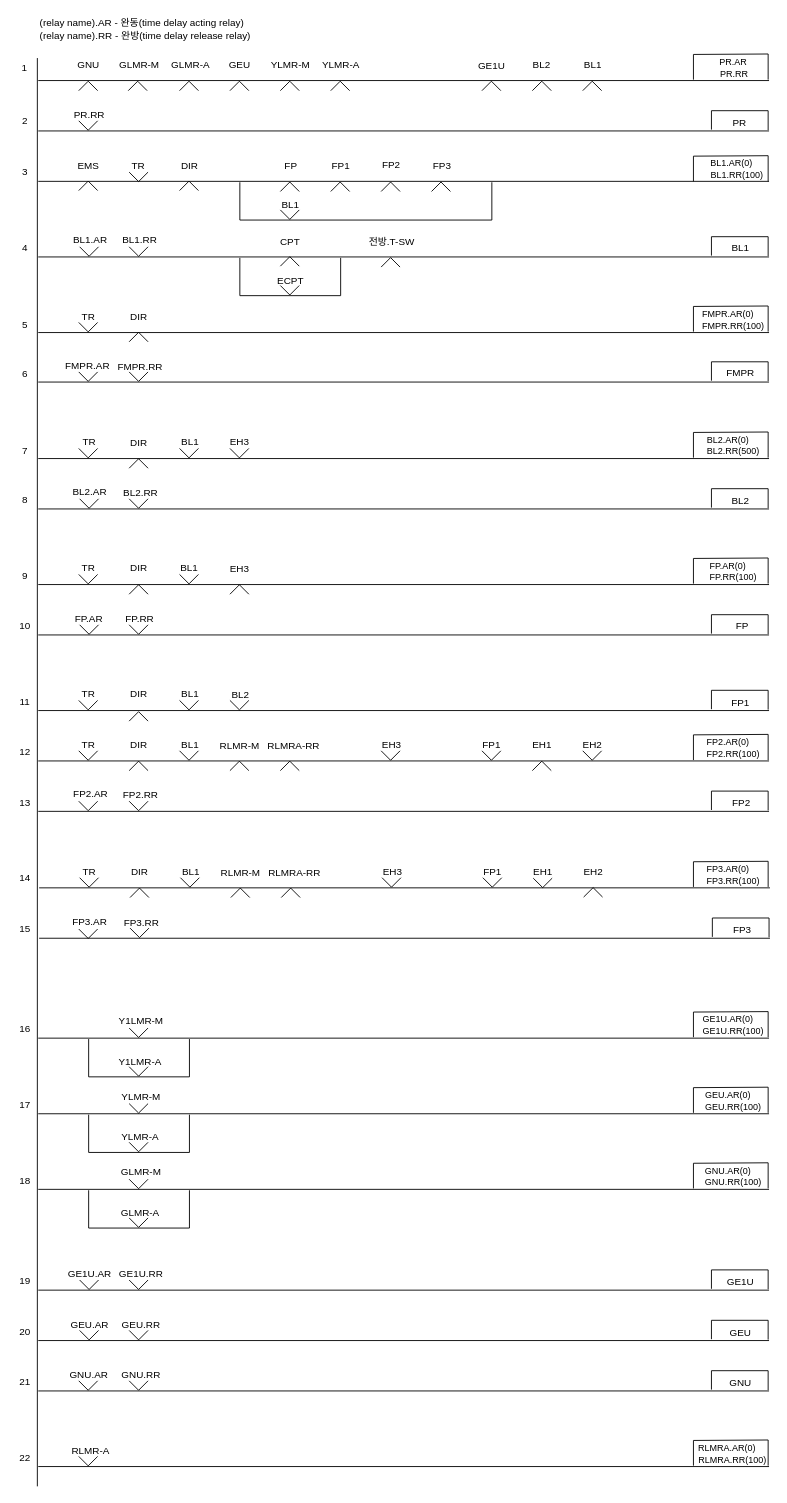
chillin2/MyDraw.io keeps this draw.io diagram as page "단선-신호제어로직-하선" (1 of 2) of EABS_SIL4/FCPU/single-track-logic-dn.drawio. Above is the earlier version. Source tidied: cells renumbered, new cells numbered last; positions are measured from the earlier drawing's top-left corner, leaving out a move shared by most shapes. Both pictures are drawn from the tidied source at 90%, with x=0, y=0 at pixel (15, 15).
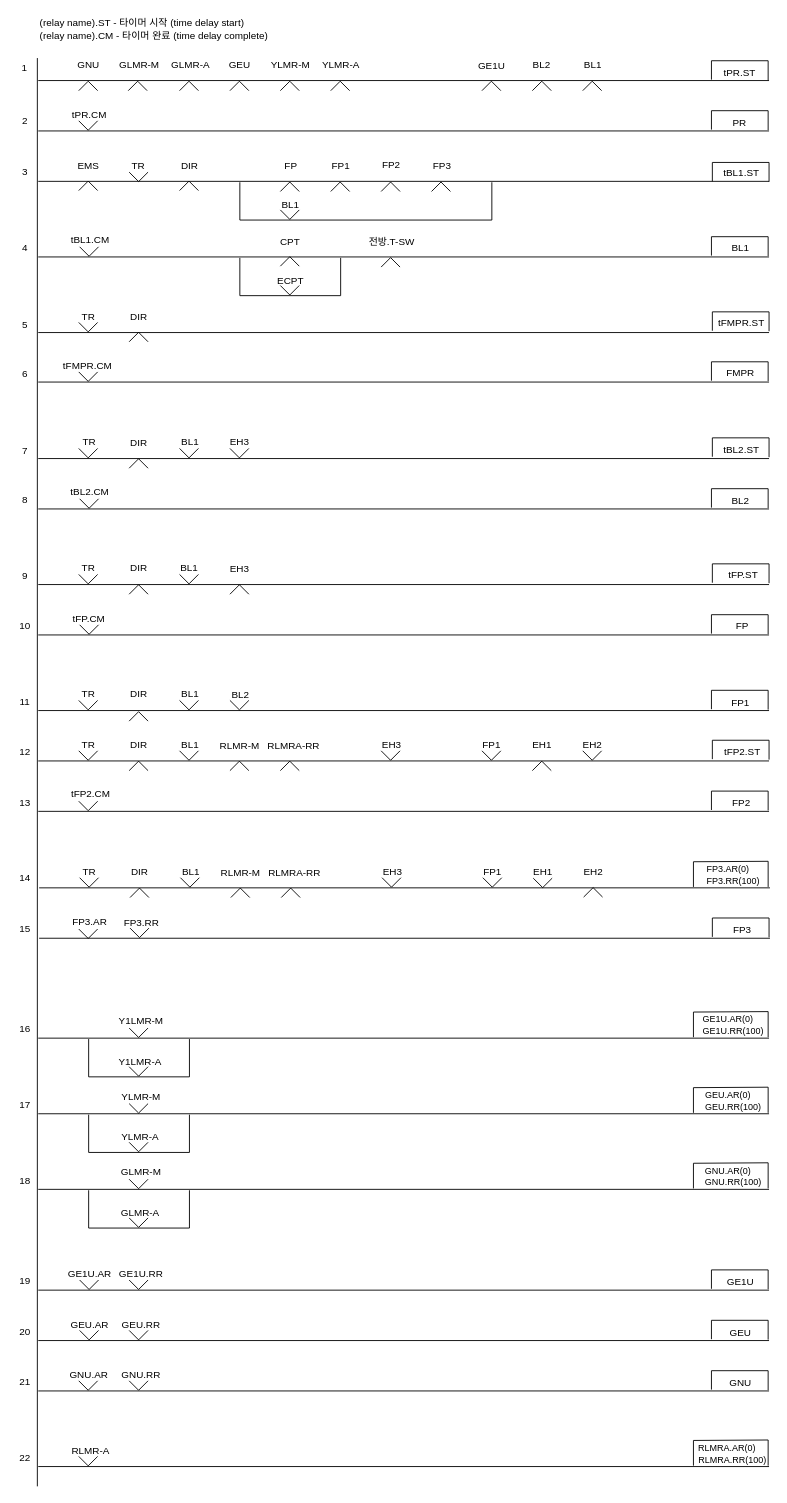
The same diagram, later.

The edit, as a diff of the source:
```diff
@@
-    <mxCell id="13" value="PR.R&lt;span style=&quot;background-color: transparent; color: light-dark(rgb(0, 0, 0), rgb(255, 255, 255));&quot;&gt;R&lt;/span&gt;" style="text;html=1;strokeColor=none;fillColor=none;align=center;verticalAlign=middle;whiteSpace=wrap;rounded=0;fontFamily=Helvetica;fontSize=11;fontColor=default;" parent="1" vertex="1">
+    <mxCell id="13" value="tPR.CM" style="text;html=1;strokeColor=none;fillColor=none;align=center;verticalAlign=middle;whiteSpace=wrap;rounded=0;fontFamily=Helvetica;fontSize=11;fontColor=default;" parent="1" vertex="1">
       <mxGeometry x="62" y="104" width="40" height="11" as="geometry" />
     </mxCell>
@@
-    <mxCell id="22" value="&lt;font style=&quot;font-size: 10px;&quot;&gt;BL1.AR(0)&lt;/font&gt;" style="text;html=1;strokeColor=none;fillColor=none;align=center;verticalAlign=middle;whiteSpace=wrap;rounded=0;fontFamily=Helvetica;fontSize=11;fontColor=default;" parent="1" vertex="1">
-      <mxGeometry x="772" y="158" width="47" height="12" as="geometry" />
-    </mxCell>
@@
-    <mxCell id="25" value="BL1.RR" style="text;html=1;strokeColor=none;fillColor=none;align=center;verticalAlign=middle;whiteSpace=wrap;rounded=0;fontFamily=Helvetica;fontSize=11;fontColor=default;" parent="1" vertex="1">
-      <mxGeometry x="118" y="240" width="40" height="17" as="geometry" />
-    </mxCell>
@@
-    <mxCell id="33" value="FMPR.AR" style="text;html=1;strokeColor=none;fillColor=none;align=center;verticalAlign=middle;whiteSpace=wrap;rounded=0;fontFamily=Helvetica;fontSize=11;fontColor=default;" parent="1" vertex="1">
+    <mxCell id="33" value="tFMPR.CM" style="text;html=1;strokeColor=none;fillColor=none;align=center;verticalAlign=middle;whiteSpace=wrap;rounded=0;fontFamily=Helvetica;fontSize=11;fontColor=default;" parent="1" vertex="1">
       <mxGeometry x="60" y="381" width="40" height="16" as="geometry" />
     </mxCell>
@@
-    <mxCell id="35" value="FMPR.RR" style="text;html=1;strokeColor=none;fillColor=none;align=center;verticalAlign=middle;whiteSpace=wrap;rounded=0;fontFamily=Helvetica;fontSize=11;fontColor=default;" parent="1" vertex="1">
-      <mxGeometry x="115" y="381" width="47" height="17" as="geometry" />
-    </mxCell>
@@
-    <mxCell id="38" value="BL2.RR" style="text;html=1;strokeColor=none;fillColor=none;align=center;verticalAlign=middle;whiteSpace=wrap;rounded=0;fontFamily=Helvetica;fontSize=11;fontColor=default;" parent="1" vertex="1">
-      <mxGeometry x="119" y="522" width="40" height="16" as="geometry" />
-    </mxCell>
@@
-    <mxCell id="40" value="BL2.AR" style="text;html=1;strokeColor=none;fillColor=none;align=center;verticalAlign=middle;whiteSpace=wrap;rounded=0;fontFamily=Helvetica;fontSize=11;fontColor=default;" parent="1" vertex="1">
+    <mxCell id="40" value="tBL2.CM" style="text;html=1;strokeColor=none;fillColor=none;align=center;verticalAlign=middle;whiteSpace=wrap;rounded=0;fontFamily=Helvetica;fontSize=11;fontColor=default;" parent="1" vertex="1">
       <mxGeometry x="59" y="520" width="47" height="18" as="geometry" />
     </mxCell>
@@
-    <mxCell id="45" value="FP.RR" style="text;html=1;strokeColor=none;fillColor=none;align=center;verticalAlign=middle;whiteSpace=wrap;rounded=0;fontFamily=Helvetica;fontSize=11;fontColor=default;" parent="1" vertex="1">
-      <mxGeometry x="118" y="665" width="40" height="9" as="geometry" />
-    </mxCell>
@@
-    <mxCell id="47" value="FP.AR" style="text;html=1;strokeColor=none;fillColor=none;align=center;verticalAlign=middle;whiteSpace=wrap;rounded=0;fontFamily=Helvetica;fontSize=11;fontColor=default;" parent="1" vertex="1">
+    <mxCell id="47" value="tFP.CM" style="text;html=1;strokeColor=none;fillColor=none;align=center;verticalAlign=middle;whiteSpace=wrap;rounded=0;fontFamily=Helvetica;fontSize=11;fontColor=default;" parent="1" vertex="1">
       <mxGeometry x="58" y="663" width="47" height="13" as="geometry" />
     </mxCell>
@@
-    <mxCell id="57" value="FP2.RR" style="text;html=1;strokeColor=none;fillColor=none;align=center;verticalAlign=middle;whiteSpace=wrap;rounded=0;fontFamily=Helvetica;fontSize=11;fontColor=default;" parent="1" vertex="1">
-      <mxGeometry x="119" y="861" width="40" height="9" as="geometry" />
-    </mxCell>
@@
-    <mxCell id="59" value="FP2.AR" style="text;html=1;strokeColor=none;fillColor=none;align=center;verticalAlign=middle;whiteSpace=wrap;rounded=0;fontFamily=Helvetica;fontSize=11;fontColor=default;" parent="1" vertex="1">
+    <mxCell id="59" value="tFP2.CM" style="text;html=1;strokeColor=none;fillColor=none;align=center;verticalAlign=middle;whiteSpace=wrap;rounded=0;fontFamily=Helvetica;fontSize=11;fontColor=default;" parent="1" vertex="1">
       <mxGeometry x="60" y="861" width="47" height="8" as="geometry" />
     </mxCell>
@@
-    <mxCell id="85" style="endArrow=none;html=1;rounded=0;labelBackgroundColor=default;fontFamily=Helvetica;fontSize=11;fontColor=default;startSize=3;endSize=3;sourcePerimeterSpacing=0;strokeColor=default;shape=connector;jumpStyle=none;jumpSize=6;" parent="1" edge="1">
-      <mxGeometry relative="1" as="geometry">
-        <mxPoint x="753" y="184" as="sourcePoint" />
-        <mxPoint x="836" y="184" as="targetPoint" />
-        <Array as="points">
-          <mxPoint x="753" y="156" />
-          <mxPoint x="836" y="155.5" />
-        </Array>
-      </mxGeometry>
-    </mxCell>
@@
-    <mxCell id="96" style="verticalLabelPosition=bottom;html=1;verticalAlign=top;align=center;shape=mxgraph.floorplan.windowBow;strokeWidth=1;fontSize=11;direction=east;" parent="1" vertex="1">
-      <mxGeometry x="126" y="256.5" width="21" height="11" as="geometry" />
-    </mxCell>
@@
-    <mxCell id="106" style="verticalLabelPosition=bottom;html=1;verticalAlign=top;align=center;shape=mxgraph.floorplan.windowBow;strokeWidth=1;fontSize=11;direction=east;" parent="1" vertex="1">
-      <mxGeometry x="126" y="395.5" width="21" height="11" as="geometry" />
-    </mxCell>
@@
-    <mxCell id="114" style="verticalLabelPosition=bottom;html=1;verticalAlign=top;align=center;shape=mxgraph.floorplan.windowBow;strokeWidth=1;fontSize=11;direction=east;" parent="1" vertex="1">
-      <mxGeometry x="126" y="536.5" width="21" height="11" as="geometry" />
-    </mxCell>
@@
-    <mxCell id="123" style="verticalLabelPosition=bottom;html=1;verticalAlign=top;align=center;shape=mxgraph.floorplan.windowBow;strokeWidth=1;fontSize=11;direction=east;" parent="1" vertex="1">
-      <mxGeometry x="126" y="676.5" width="21" height="11" as="geometry" />
-    </mxCell>
@@
-    <mxCell id="143" style="verticalLabelPosition=bottom;html=1;verticalAlign=top;align=center;shape=mxgraph.floorplan.windowBow;strokeWidth=1;fontSize=11;direction=east;" parent="1" vertex="1">
-      <mxGeometry x="126" y="872.5" width="21" height="11" as="geometry" />
-    </mxCell>
@@
-    <mxCell id="230" value="&lt;font style=&quot;font-size: 10px;&quot;&gt;BL1.RR(100)&lt;/font&gt;" style="text;html=1;strokeColor=none;fillColor=none;align=center;verticalAlign=middle;whiteSpace=wrap;rounded=0;fontFamily=Helvetica;fontSize=11;fontColor=default;" parent="1" vertex="1">
-      <mxGeometry x="778" y="171" width="47" height="12" as="geometry" />
-    </mxCell>
-    <mxCell id="231" value="BL1.AR" style="text;html=1;strokeColor=none;fillColor=none;align=center;verticalAlign=middle;whiteSpace=wrap;rounded=0;fontFamily=Helvetica;fontSize=11;fontColor=default;" parent="1" vertex="1">
+    <mxCell id="231" value="tBL1.CM" style="text;html=1;strokeColor=none;fillColor=none;align=center;verticalAlign=middle;whiteSpace=wrap;rounded=0;fontFamily=Helvetica;fontSize=11;fontColor=default;" parent="1" vertex="1">
       <mxGeometry x="63" y="240" width="40" height="17" as="geometry" />
     </mxCell>
@@
-    <mxCell id="233" value="&lt;font style=&quot;font-size: 10px;&quot;&gt;PR.AR&lt;/font&gt;" style="text;html=1;strokeColor=none;fillColor=none;align=center;verticalAlign=middle;whiteSpace=wrap;rounded=0;fontFamily=Helvetica;fontSize=11;fontColor=default;" parent="1" vertex="1">
-      <mxGeometry x="774" y="45" width="47" height="12" as="geometry" />
-    </mxCell>
-    <mxCell id="234" style="endArrow=none;html=1;rounded=0;labelBackgroundColor=default;fontFamily=Helvetica;fontSize=11;fontColor=default;startSize=3;endSize=3;sourcePerimeterSpacing=0;strokeColor=default;shape=connector;jumpStyle=none;jumpSize=6;" parent="1" edge="1">
-      <mxGeometry relative="1" as="geometry">
-        <mxPoint x="753" y="71" as="sourcePoint" />
-        <mxPoint x="836" y="71" as="targetPoint" />
-        <Array as="points">
-          <mxPoint x="753" y="43" />
-          <mxPoint x="836" y="42.5" />
-        </Array>
-      </mxGeometry>
-    </mxCell>
-    <mxCell id="235" value="&lt;font style=&quot;font-size: 10px;&quot;&gt;PR.RR&lt;/font&gt;" style="text;html=1;strokeColor=none;fillColor=none;align=center;verticalAlign=middle;whiteSpace=wrap;rounded=0;fontFamily=Helvetica;fontSize=11;fontColor=default;" parent="1" vertex="1">
-      <mxGeometry x="775" y="58" width="47" height="12" as="geometry" />
-    </mxCell>
-    <mxCell id="236" value="&lt;font style=&quot;&quot;&gt;&lt;span style=&quot;font-size: 11px;&quot;&gt;(relay name).AR - 완동(time delay acting relay)&lt;/span&gt;&lt;br&gt;&lt;span style=&quot;font-size: 11px;&quot;&gt;(relay name)&lt;/span&gt;&lt;span style=&quot;background-color: initial;&quot;&gt;&lt;span style=&quot;font-size: 11px;&quot;&gt;.RR - 완방(time delay release relay)&lt;/span&gt;&lt;/span&gt;&lt;/font&gt;" style="text;html=1;strokeColor=none;fillColor=none;align=left;verticalAlign=middle;whiteSpace=wrap;rounded=0;fontSize=10;" parent="1" vertex="1">
+    <mxCell id="236" value="&lt;div&gt;&lt;span style=&quot;font-size: 11px;&quot;&gt;(relay name).ST - 타이머 시작 (time delay start)&lt;/span&gt;&lt;/div&gt;&lt;div&gt;&lt;span style=&quot;font-size: 11px;&quot;&gt;(relay name).CM - 타이머 완료 (time delay complete)&lt;/span&gt;&lt;/div&gt;" style="text;html=1;strokeColor=none;fillColor=none;align=left;verticalAlign=middle;whiteSpace=wrap;rounded=0;fontSize=10;" parent="1" vertex="1">
       <mxGeometry x="25" width="588" height="30" as="geometry" />
     </mxCell>
-    <mxCell id="237" value="&lt;font style=&quot;font-size: 10px;&quot;&gt;FMPR.AR(0)&lt;/font&gt;" style="text;html=1;strokeColor=none;fillColor=none;align=center;verticalAlign=middle;whiteSpace=wrap;rounded=0;fontFamily=Helvetica;fontSize=11;fontColor=default;" parent="1" vertex="1">
-      <mxGeometry x="768" y="325" width="47" height="12" as="geometry" />
-    </mxCell>
-    <mxCell id="238" style="endArrow=none;html=1;rounded=0;labelBackgroundColor=default;fontFamily=Helvetica;fontSize=11;fontColor=default;startSize=3;endSize=3;sourcePerimeterSpacing=0;strokeColor=default;shape=connector;jumpStyle=none;jumpSize=6;" parent="1" edge="1">
-      <mxGeometry relative="1" as="geometry">
-        <mxPoint x="753" y="351" as="sourcePoint" />
-        <mxPoint x="836" y="351" as="targetPoint" />
-        <Array as="points">
-          <mxPoint x="753" y="323" />
-          <mxPoint x="836" y="322.5" />
-        </Array>
-      </mxGeometry>
-    </mxCell>
-    <mxCell id="239" value="&lt;font style=&quot;font-size: 10px;&quot;&gt;FMPR.RR(100)&lt;/font&gt;" style="text;html=1;strokeColor=none;fillColor=none;align=center;verticalAlign=middle;whiteSpace=wrap;rounded=0;fontFamily=Helvetica;fontSize=11;fontColor=default;" parent="1" vertex="1">
-      <mxGeometry x="774" y="338" width="47" height="12" as="geometry" />
-    </mxCell>
-    <mxCell id="240" value="&lt;font style=&quot;font-size: 10px;&quot;&gt;BL2.AR(0)&lt;/font&gt;" style="text;html=1;strokeColor=none;fillColor=none;align=center;verticalAlign=middle;whiteSpace=wrap;rounded=0;fontFamily=Helvetica;fontSize=11;fontColor=default;" parent="1" vertex="1">
-      <mxGeometry x="768" y="465" width="47" height="12" as="geometry" />
-    </mxCell>
-    <mxCell id="241" style="endArrow=none;html=1;rounded=0;labelBackgroundColor=default;fontFamily=Helvetica;fontSize=11;fontColor=default;startSize=3;endSize=3;sourcePerimeterSpacing=0;strokeColor=default;shape=connector;jumpStyle=none;jumpSize=6;" parent="1" edge="1">
-      <mxGeometry relative="1" as="geometry">
-        <mxPoint x="753" y="491" as="sourcePoint" />
-        <mxPoint x="836" y="491" as="targetPoint" />
-        <Array as="points">
-          <mxPoint x="753" y="463" />
-          <mxPoint x="836" y="462.5" />
-        </Array>
-      </mxGeometry>
-    </mxCell>
-    <mxCell id="242" value="&lt;font style=&quot;font-size: 10px;&quot;&gt;BL2.RR(500)&lt;/font&gt;" style="text;html=1;strokeColor=none;fillColor=none;align=center;verticalAlign=middle;whiteSpace=wrap;rounded=0;fontFamily=Helvetica;fontSize=11;fontColor=default;" parent="1" vertex="1">
-      <mxGeometry x="774" y="478" width="47" height="12" as="geometry" />
-    </mxCell>
-    <mxCell id="243" value="&lt;font style=&quot;font-size: 10px;&quot;&gt;FP.AR(0)&lt;/font&gt;" style="text;html=1;strokeColor=none;fillColor=none;align=center;verticalAlign=middle;whiteSpace=wrap;rounded=0;fontFamily=Helvetica;fontSize=11;fontColor=default;" parent="1" vertex="1">
-      <mxGeometry x="768" y="605" width="47" height="12" as="geometry" />
-    </mxCell>
-    <mxCell id="244" style="endArrow=none;html=1;rounded=0;labelBackgroundColor=default;fontFamily=Helvetica;fontSize=11;fontColor=default;startSize=3;endSize=3;sourcePerimeterSpacing=0;strokeColor=default;shape=connector;jumpStyle=none;jumpSize=6;" parent="1" edge="1">
-      <mxGeometry relative="1" as="geometry">
-        <mxPoint x="753" y="631" as="sourcePoint" />
-        <mxPoint x="836" y="631" as="targetPoint" />
-        <Array as="points">
-          <mxPoint x="753" y="603" />
-          <mxPoint x="836" y="602.5" />
-        </Array>
-      </mxGeometry>
-    </mxCell>
-    <mxCell id="245" value="&lt;font style=&quot;font-size: 10px;&quot;&gt;FP.RR(100)&lt;/font&gt;" style="text;html=1;strokeColor=none;fillColor=none;align=center;verticalAlign=middle;whiteSpace=wrap;rounded=0;fontFamily=Helvetica;fontSize=11;fontColor=default;" parent="1" vertex="1">
-      <mxGeometry x="774" y="618" width="47" height="12" as="geometry" />
-    </mxCell>
-    <mxCell id="246" value="&lt;font style=&quot;font-size: 10px;&quot;&gt;FP2.AR(0)&lt;/font&gt;" style="text;html=1;strokeColor=none;fillColor=none;align=center;verticalAlign=middle;whiteSpace=wrap;rounded=0;fontFamily=Helvetica;fontSize=11;fontColor=default;" parent="1" vertex="1">
-      <mxGeometry x="768" y="801" width="47" height="12" as="geometry" />
-    </mxCell>
-    <mxCell id="247" style="endArrow=none;html=1;rounded=0;labelBackgroundColor=default;fontFamily=Helvetica;fontSize=11;fontColor=default;startSize=3;endSize=3;sourcePerimeterSpacing=0;strokeColor=default;shape=connector;jumpStyle=none;jumpSize=6;" parent="1" edge="1">
-      <mxGeometry relative="1" as="geometry">
-        <mxPoint x="753" y="827" as="sourcePoint" />
-        <mxPoint x="836" y="827" as="targetPoint" />
-        <Array as="points">
-          <mxPoint x="753" y="799" />
-          <mxPoint x="836" y="798.5" />
-        </Array>
-      </mxGeometry>
-    </mxCell>
-    <mxCell id="248" value="&lt;font style=&quot;font-size: 10px;&quot;&gt;FP2.RR(100)&lt;/font&gt;" style="text;html=1;strokeColor=none;fillColor=none;align=center;verticalAlign=middle;whiteSpace=wrap;rounded=0;fontFamily=Helvetica;fontSize=11;fontColor=default;" parent="1" vertex="1">
-      <mxGeometry x="774" y="814" width="47" height="12" as="geometry" />
-    </mxCell>
@@
+    <mxCell id="264" value="tPR.ST" style="text;html=1;strokeColor=none;fillColor=none;align=center;verticalAlign=middle;whiteSpace=wrap;rounded=0;fontFamily=Helvetica;fontSize=11;fontColor=default;" parent="1" vertex="1">
+      <mxGeometry x="781" y="56.5" width="47" height="13" as="geometry" />
+    </mxCell>
+    <mxCell id="265" style="endArrow=none;html=1;rounded=0;labelBackgroundColor=default;fontFamily=Helvetica;fontSize=11;fontColor=default;startSize=3;endSize=3;sourcePerimeterSpacing=0;strokeColor=default;shape=connector;jumpStyle=none;jumpSize=6;" parent="1" edge="1">
+      <mxGeometry relative="1" as="geometry">
+        <mxPoint x="773" y="71" as="sourcePoint" />
+        <mxPoint x="836" y="71.5" as="targetPoint" />
+        <Array as="points">
+          <mxPoint x="773" y="50" />
+          <mxPoint x="836" y="50" />
+        </Array>
+      </mxGeometry>
+    </mxCell>
+    <mxCell id="266" value="tBL1.ST" style="text;html=1;strokeColor=none;fillColor=none;align=center;verticalAlign=middle;whiteSpace=wrap;rounded=0;fontFamily=Helvetica;fontSize=11;fontColor=default;" parent="1" vertex="1">
+      <mxGeometry x="783" y="168.5" width="47" height="13" as="geometry" />
+    </mxCell>
+    <mxCell id="267" style="endArrow=none;html=1;rounded=0;labelBackgroundColor=default;fontFamily=Helvetica;fontSize=11;fontColor=default;startSize=3;endSize=3;sourcePerimeterSpacing=0;strokeColor=default;shape=connector;jumpStyle=none;jumpSize=6;" parent="1" edge="1">
+      <mxGeometry relative="1" as="geometry">
+        <mxPoint x="774" y="184" as="sourcePoint" />
+        <mxPoint x="837" y="184.5" as="targetPoint" />
+        <Array as="points">
+          <mxPoint x="774" y="163" />
+          <mxPoint x="837" y="163" />
+        </Array>
+      </mxGeometry>
+    </mxCell>
+    <mxCell id="268" value="tFMPR.ST" style="text;html=1;strokeColor=none;fillColor=none;align=center;verticalAlign=middle;whiteSpace=wrap;rounded=0;fontFamily=Helvetica;fontSize=11;fontColor=default;" parent="1" vertex="1">
+      <mxGeometry x="783" y="334.5" width="47" height="13" as="geometry" />
+    </mxCell>
+    <mxCell id="269" style="endArrow=none;html=1;rounded=0;labelBackgroundColor=default;fontFamily=Helvetica;fontSize=11;fontColor=default;startSize=3;endSize=3;sourcePerimeterSpacing=0;strokeColor=default;shape=connector;jumpStyle=none;jumpSize=6;" parent="1" edge="1">
+      <mxGeometry relative="1" as="geometry">
+        <mxPoint x="774" y="350" as="sourcePoint" />
+        <mxPoint x="837" y="350.5" as="targetPoint" />
+        <Array as="points">
+          <mxPoint x="774" y="329" />
+          <mxPoint x="837" y="329" />
+        </Array>
+      </mxGeometry>
+    </mxCell>
+    <mxCell id="270" value="tBL2.ST" style="text;html=1;strokeColor=none;fillColor=none;align=center;verticalAlign=middle;whiteSpace=wrap;rounded=0;fontFamily=Helvetica;fontSize=11;fontColor=default;" parent="1" vertex="1">
+      <mxGeometry x="783" y="475.5" width="47" height="13" as="geometry" />
+    </mxCell>
+    <mxCell id="271" style="endArrow=none;html=1;rounded=0;labelBackgroundColor=default;fontFamily=Helvetica;fontSize=11;fontColor=default;startSize=3;endSize=3;sourcePerimeterSpacing=0;strokeColor=default;shape=connector;jumpStyle=none;jumpSize=6;" parent="1" edge="1">
+      <mxGeometry relative="1" as="geometry">
+        <mxPoint x="774" y="490" as="sourcePoint" />
+        <mxPoint x="837" y="490.5" as="targetPoint" />
+        <Array as="points">
+          <mxPoint x="774" y="469" />
+          <mxPoint x="837" y="469" />
+        </Array>
+      </mxGeometry>
+    </mxCell>
+    <mxCell id="272" value="tFP.ST" style="text;html=1;strokeColor=none;fillColor=none;align=center;verticalAlign=middle;whiteSpace=wrap;rounded=0;fontFamily=Helvetica;fontSize=11;fontColor=default;" parent="1" vertex="1">
+      <mxGeometry x="785" y="614.5" width="47" height="13" as="geometry" />
+    </mxCell>
+    <mxCell id="273" style="endArrow=none;html=1;rounded=0;labelBackgroundColor=default;fontFamily=Helvetica;fontSize=11;fontColor=default;startSize=3;endSize=3;sourcePerimeterSpacing=0;strokeColor=default;shape=connector;jumpStyle=none;jumpSize=6;" parent="1" edge="1">
+      <mxGeometry relative="1" as="geometry">
+        <mxPoint x="774" y="630" as="sourcePoint" />
+        <mxPoint x="837" y="630.5" as="targetPoint" />
+        <Array as="points">
+          <mxPoint x="774" y="609" />
+          <mxPoint x="837" y="609" />
+        </Array>
+      </mxGeometry>
+    </mxCell>
+    <mxCell id="274" value="tFP2.ST" style="text;html=1;strokeColor=none;fillColor=none;align=center;verticalAlign=middle;whiteSpace=wrap;rounded=0;fontFamily=Helvetica;fontSize=11;fontColor=default;" parent="1" vertex="1">
+      <mxGeometry x="784" y="811.5" width="47" height="13" as="geometry" />
+    </mxCell>
+    <mxCell id="275" style="endArrow=none;html=1;rounded=0;labelBackgroundColor=default;fontFamily=Helvetica;fontSize=11;fontColor=default;startSize=3;endSize=3;sourcePerimeterSpacing=0;strokeColor=default;shape=connector;jumpStyle=none;jumpSize=6;" parent="1" edge="1">
+      <mxGeometry relative="1" as="geometry">
+        <mxPoint x="774" y="826" as="sourcePoint" />
+        <mxPoint x="837" y="826.5" as="targetPoint" />
+        <Array as="points">
+          <mxPoint x="774" y="805" />
+          <mxPoint x="837" y="805" />
+        </Array>
+      </mxGeometry>
+    </mxCell>
```
